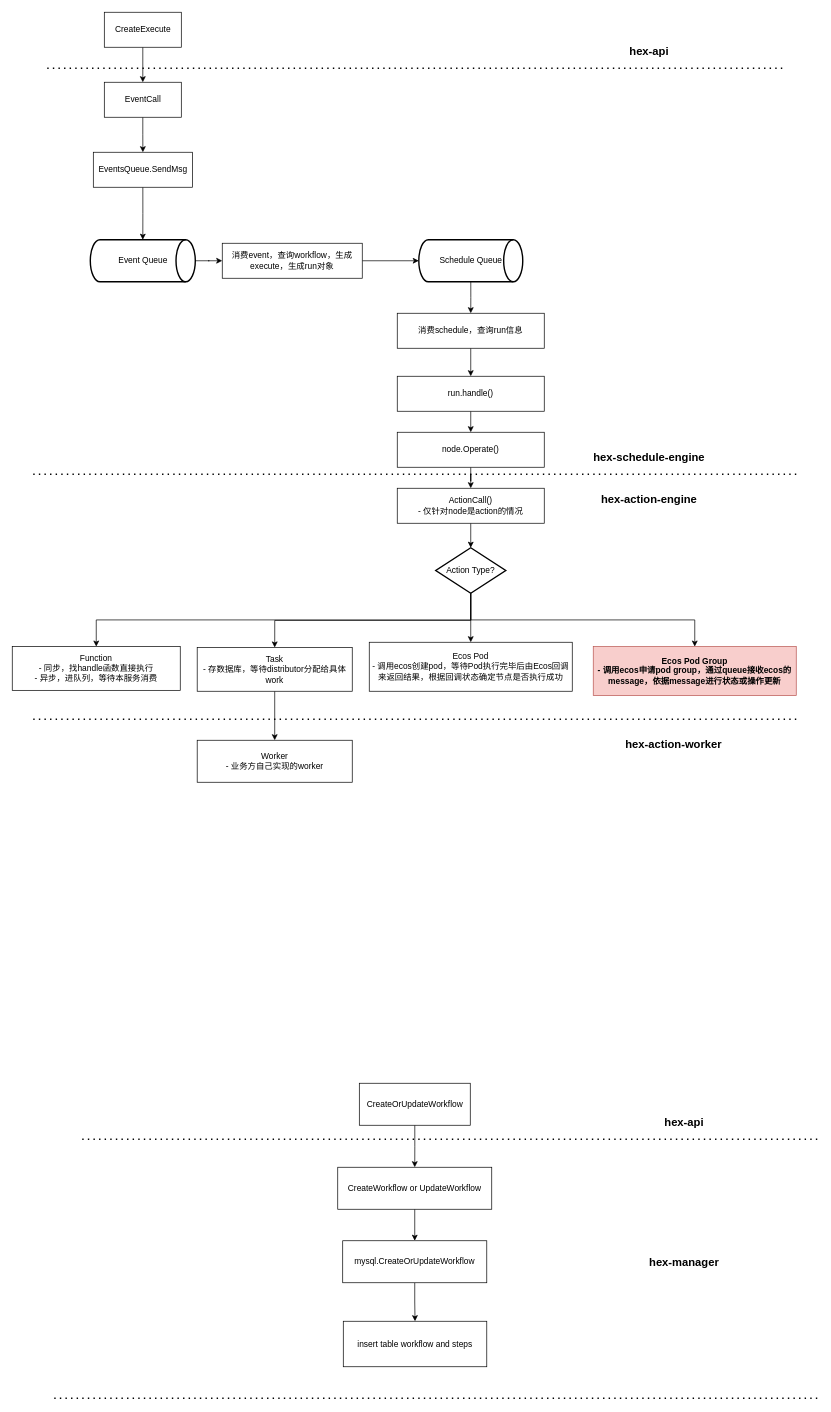
This is page "hex 流程图" (6 of 6) of drawio/TuSimple.drawio from a244591052/Skill-Learning, a draw.io file, before an edit. Source tidied: cells renumbered, new cells numbered last; positions are measured from the earlier drawing's top-left corner, leaving out a move shared by most shapes. Both pictures are drawn from the tidied source at 70%, with x=0, y=0 at pixel (12, 12).
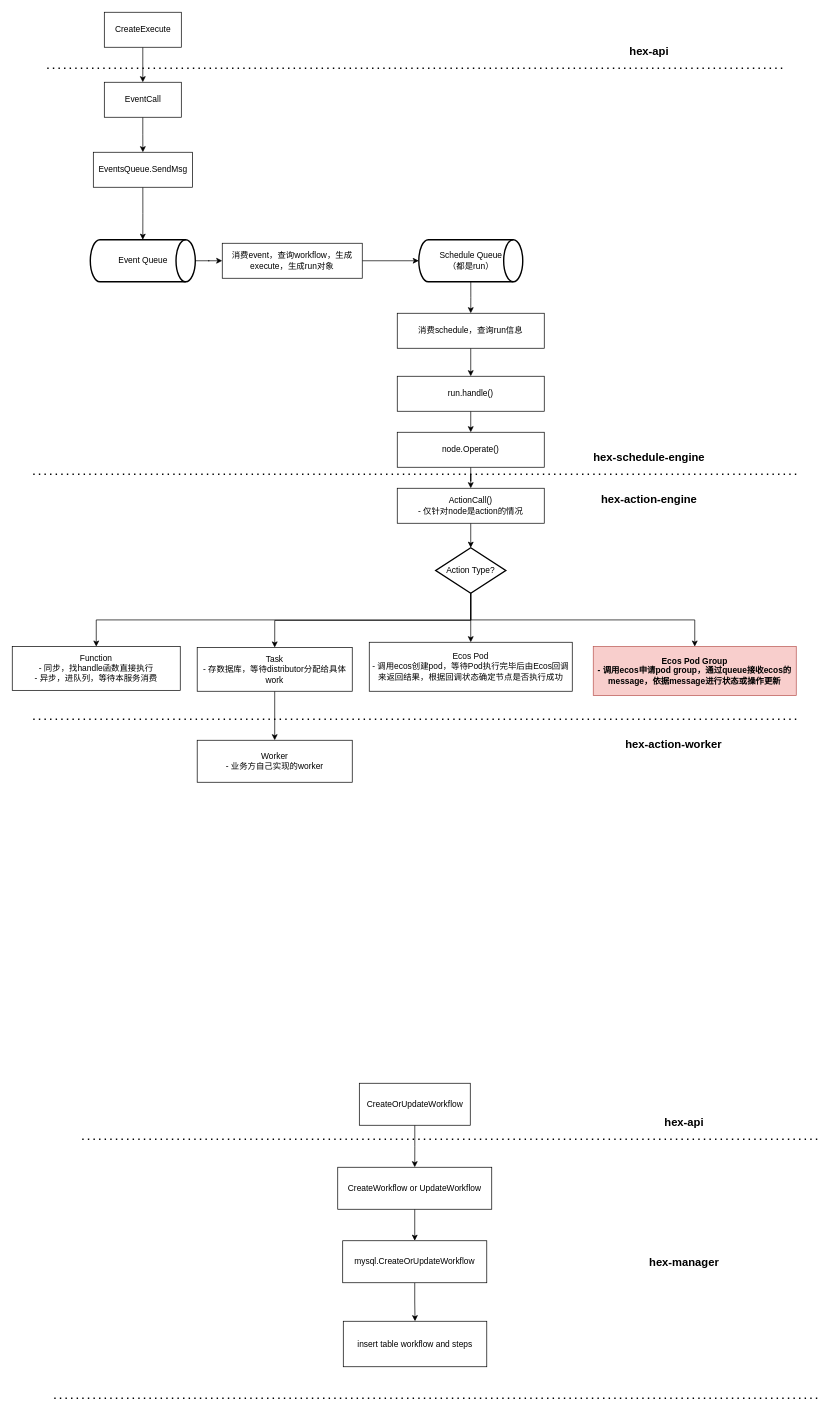
Above is the later version.

What changed in the source:
```diff
@@
-    <mxCell id="13" value="Schedule Queue" style="strokeWidth=2;html=1;shape=mxgraph.flowchart.direct_data;whiteSpace=wrap;" parent="1" vertex="1">
+    <mxCell id="13" value="Schedule Queue&lt;br&gt;（都是run）" style="strokeWidth=2;html=1;shape=mxgraph.flowchart.direct_data;whiteSpace=wrap;" parent="1" vertex="1">
       <mxGeometry x="580.8" y="325" width="148.5" height="60" as="geometry" />
     </mxCell>
```
